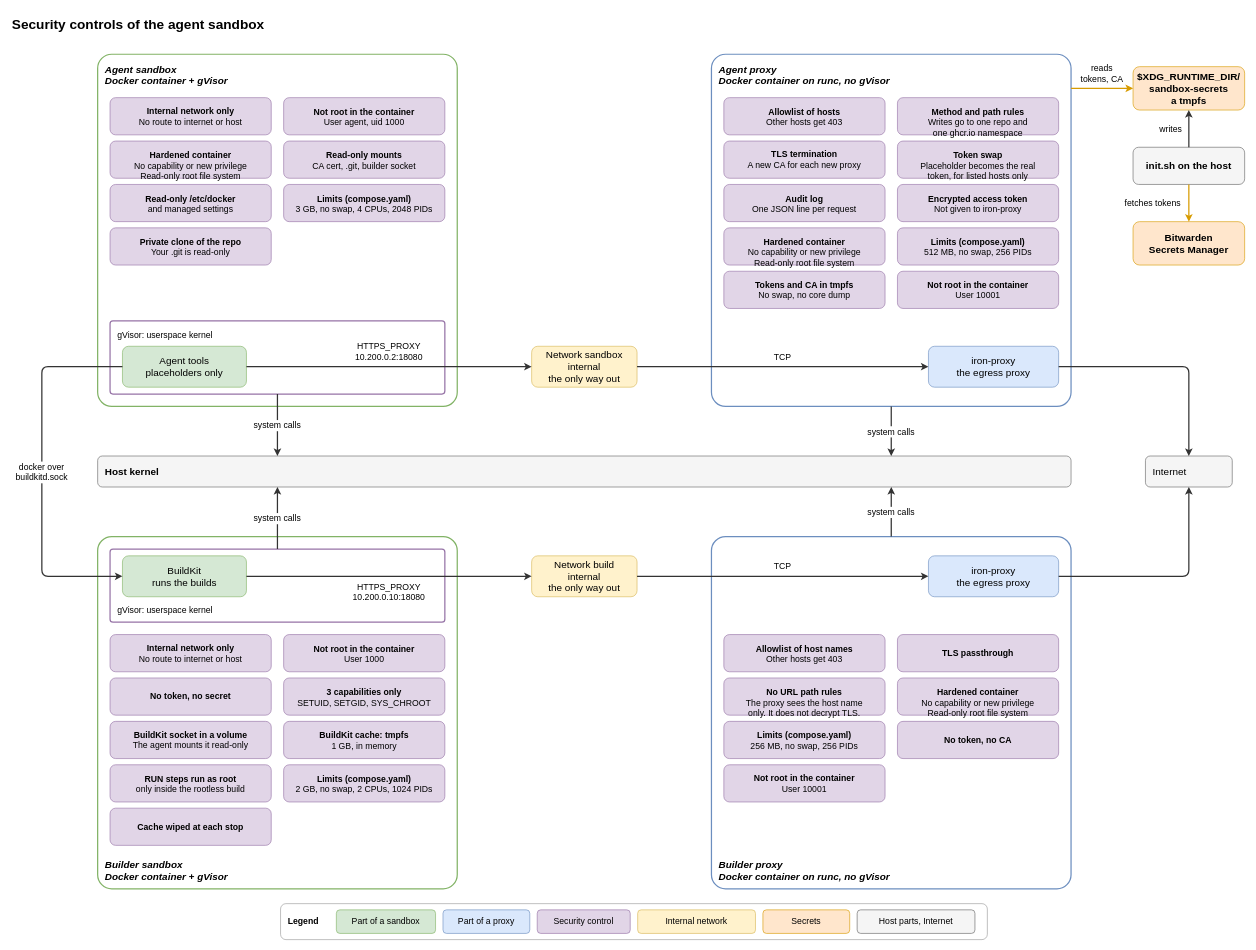
raghav19/engineersdaybook keeps this draw.io diagram as .devcontainer/docs/diagrams/security-controls.drawio. Above is the earlier version. Source tidied: cells renumbered, new cells numbered last; positions are measured from the earlier drawing's top-left corner, leaving out a move shared by most shapes. Both pictures are drawn from the tidied source at 62%, with x=0, y=0 at pixel (11, 11).
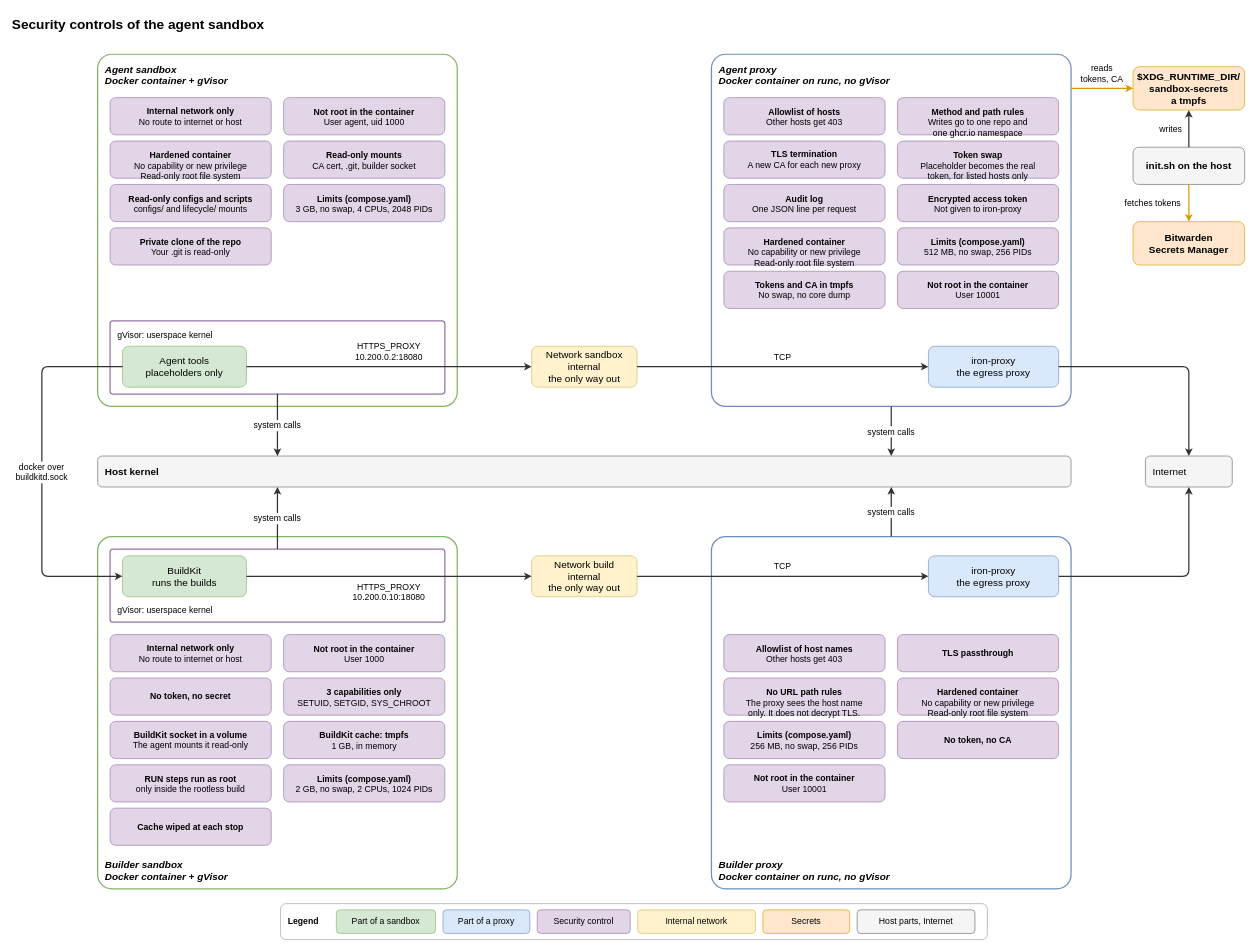
Above is the later version.

The edit, as a diff of the source:
```diff
@@
-    <mxCell id="30" value="&lt;b&gt;Read-only /etc/docker&lt;/b&gt;&lt;br&gt;and managed settings" style="rounded=1;whiteSpace=wrap;html=1;fontSize=14;fillColor=#e1d5e7;strokeColor=#9673a6;align=center;verticalAlign=top;spacingTop=8;" parent="1" vertex="1">
+    <mxCell id="30" value="&lt;b&gt;Read-only configs and scripts&lt;/b&gt;&lt;br&gt;configs/ and lifecycle/ mounts" style="rounded=1;whiteSpace=wrap;html=1;fontSize=14;fillColor=#e1d5e7;strokeColor=#9673a6;align=center;verticalAlign=top;spacingTop=8;" parent="1" vertex="1">
       <mxGeometry x="160" y="280" width="260" height="60" as="geometry" />
     </mxCell>
```
